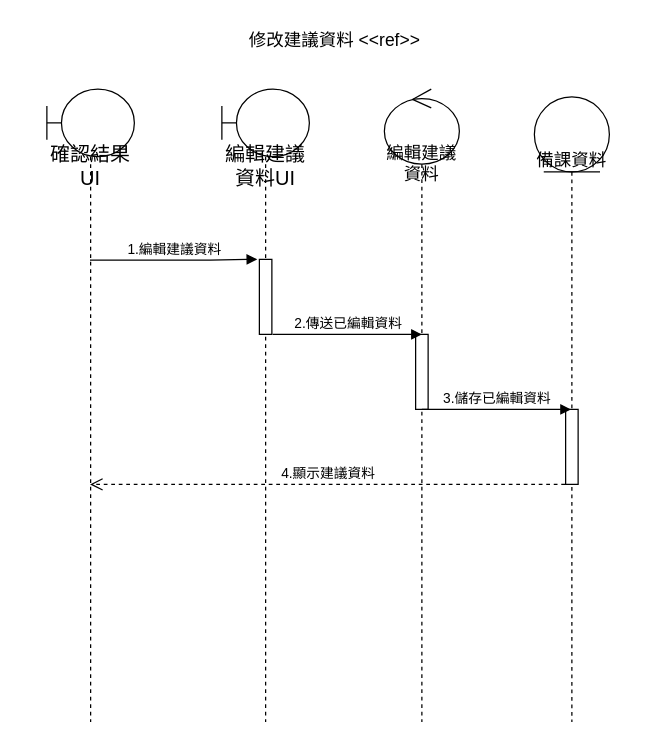
Kevincheng0804/System-analysis keeps this draw.io diagram as 修改建議資料循序圖.drawio. Above is the earlier version. Source tidied: cells renumbered, new cells numbered last; positions are measured from the earlier drawing's top-left corner, leaving out a move shared by most shapes. Both pictures are drawn from the tidied source at 125%, with x=0, y=0 at pixel (46, 21).
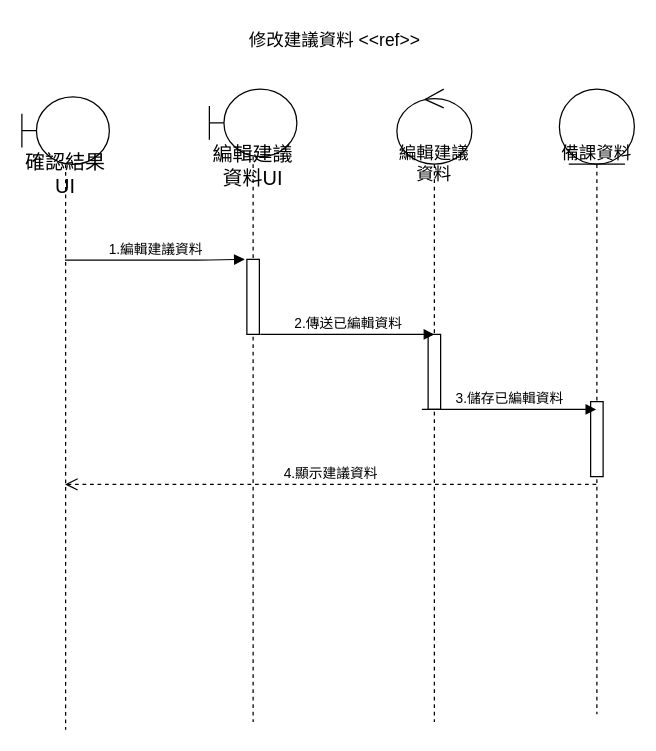
Above is the later version.

Change to the diagram source:
```diff
@@
 <mxGraphModel>
   <root>
     <mxCell id="0" />
     <mxCell id="1" parent="0" />
     <mxCell id="2" value="編輯建議資料UI" style="shape=umlLifeline;participant=umlBoundary;perimeter=lifelinePerimeter;whiteSpace=wrap;html=1;verticalAlign=top;spacingTop=36;fontSize=16;size=54;" parent="1" vertex="1">
-      <mxGeometry x="140" y="53.8" width="70" height="506.2" as="geometry" />
+      <mxGeometry x="130" y="53.8" width="70" height="506.2" as="geometry" />
     </mxCell>
     <mxCell id="3" style="html=1;points=[];perimeter=orthogonalPerimeter;" parent="2" vertex="1">
       <mxGeometry x="30" y="136.2" width="10" height="60" as="geometry" />
     </mxCell>
     <mxCell id="4" value="備課資料" style="shape=umlLifeline;participant=umlEntity;perimeter=lifelinePerimeter;whiteSpace=wrap;html=1;verticalAlign=top;spacingTop=36;outlineConnect=0;fontSize=14;size=60;" parent="1" vertex="1">
-      <mxGeometry x="390" y="60" width="60" height="500" as="geometry" />
+      <mxGeometry x="410" y="53.8" width="60" height="500" as="geometry" />
     </mxCell>
     <mxCell id="5" style="html=1;perimeter=orthogonalPerimeter;" parent="4" vertex="1">
       <mxGeometry x="25" y="250" width="10" height="60" as="geometry" />
     </mxCell>
     <mxCell id="6" value="編輯建議資料" style="shape=umlLifeline;participant=umlControl;perimeter=lifelinePerimeter;whiteSpace=wrap;html=1;verticalAlign=top;spacingTop=36;fontSize=14;size=60;align=center;" parent="1" vertex="1">
-      <mxGeometry x="270" y="53.8" width="60" height="506.2" as="geometry" />
+      <mxGeometry x="280" y="53.8" width="60" height="506.2" as="geometry" />
     </mxCell>
     <mxCell id="7" style="html=1;perimeter=orthogonalPerimeter;" parent="6" vertex="1">
       <mxGeometry x="25" y="196.2" width="10" height="60" as="geometry" />
     </mxCell>
     <mxCell id="8" value="2.傳送已編輯資料" style="html=1;verticalAlign=bottom;startArrow=none;startFill=0;endArrow=block;startSize=8;exitX=1.068;exitY=0.999;exitDx=0;exitDy=0;exitPerimeter=0;" parent="6" edge="1" source="3">
       <mxGeometry relative="1" as="geometry">
         <mxPoint x="30" y="196.2" as="targetPoint" />
       </mxGeometry>
     </mxCell>
     <mxCell id="9" value="確認結果UI" style="shape=umlLifeline;participant=umlBoundary;perimeter=lifelinePerimeter;whiteSpace=wrap;html=1;verticalAlign=top;spacingTop=36;outlineConnect=0;fontSize=16;size=54;" parent="1" vertex="1">
-      <mxGeometry y="53.8" width="70" height="506.2" as="geometry" />
+      <mxGeometry x="-20" y="60" width="70" height="506.2" as="geometry" />
     </mxCell>
     <mxCell id="10" value="1.編輯建議資料" style="html=1;verticalAlign=bottom;startArrow=none;startFill=0;endArrow=block;startSize=8;entryX=-0.17;entryY=-0.001;entryDx=0;entryDy=0;entryPerimeter=0;" parent="1" edge="1" source="9" target="3">
       <mxGeometry relative="1" as="geometry">
         <Array as="points">
           <mxPoint x="130.5" y="190.5" />
         </Array>
       </mxGeometry>
     </mxCell>
-    <mxCell id="11" value="3.儲存已編輯資料" style="html=1;verticalAlign=bottom;startArrow=none;startFill=0;endArrow=block;startSize=8;exitX=1.068;exitY=0.999;exitDx=0;exitDy=0;exitPerimeter=0;" parent="1" edge="1">
+    <mxCell id="11" value="3.儲存已編輯資料" style="html=1;verticalAlign=bottom;startArrow=none;startFill=0;endArrow=block;startSize=8;exitX=1.068;exitY=0.999;exitDx=0;exitDy=0;exitPerimeter=0;" parent="1" edge="1" target="4">
       <mxGeometry relative="1" as="geometry">
         <mxPoint x="300" y="310" as="sourcePoint" />
-        <mxPoint x="419.3" y="310.1" as="targetPoint" />
       </mxGeometry>
     </mxCell>
-    <mxCell id="12" value="4.顯示建議資料" style="html=1;verticalAlign=bottom;endArrow=open;dashed=1;endSize=8;" parent="1" edge="1" target="9">
+    <mxCell id="12" value="4.顯示建議資料" style="html=1;verticalAlign=bottom;endArrow=open;dashed=1;endSize=8;" parent="1" edge="1" source="4" target="9">
       <mxGeometry relative="1" as="geometry">
-        <mxPoint x="414.5" y="370" as="sourcePoint" />
         <Array as="points">
           <mxPoint x="335" y="370" />
         </Array>
       </mxGeometry>
     </mxCell>
     <mxCell id="13" value="&lt;span style=&quot;text-align: center; font-size: 14px;&quot;&gt;&lt;font style=&quot;font-size: 14px;&quot;&gt;修改建議資料&lt;/font&gt;&lt;/span&gt;&amp;nbsp;&amp;lt;&amp;lt;ref&amp;gt;&amp;gt;" style="text;whiteSpace=wrap;html=1;fontSize=14;" parent="1" vertex="1">
       <mxGeometry x="160" width="150" height="40" as="geometry" />
     </mxCell>
   </root>
 </mxGraphModel>
```
